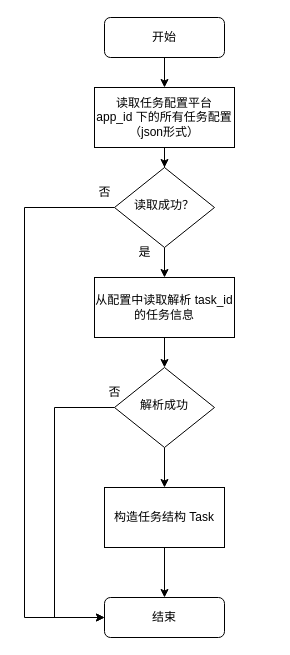
Above: drawio/tasksdk创建任务.drawio in Hui4401/file (draw.io), before the change. Source tidied: cells renumbered, new cells numbered last; positions are measured from the earlier drawing's top-left corner, leaving out a move shared by most shapes. Both pictures are drawn from the tidied source at 100%, with x=0, y=0 at pixel (24, 17).
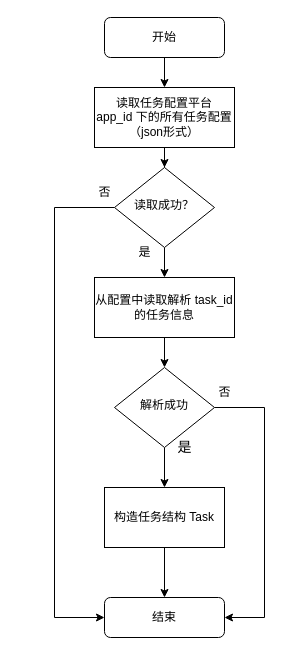
The same diagram, later.

Commit message (it also covers changes not shown here):
更新tasksdk创建任务.drawio

Unchanged cells that the change refers to:
```xml
<mxCell id="6" value="解析成功" style="rhombus;whiteSpace=wrap;html=1;shadow=0;fontFamily=Helvetica;fontSize=12;align=center;strokeWidth=1;spacing=6;spacingTop=-4;" parent="1" vertex="1">
  <mxGeometry x="90" y="350" width="100" height="80" as="geometry" />
</mxCell>
<mxCell id="7" value="结束" style="rounded=1;whiteSpace=wrap;html=1;fontSize=12;glass=0;strokeWidth=1;shadow=0;" parent="1" vertex="1">
  <mxGeometry x="80" y="580" width="120" height="40" as="geometry" />
</mxCell>
<mxCell id="14" value="读取成功？" style="rhombus;whiteSpace=wrap;html=1;shadow=0;fontFamily=Helvetica;fontSize=12;align=center;strokeWidth=1;spacing=6;spacingTop=-4;" parent="1" vertex="1">
  <mxGeometry x="90" y="150" width="100" height="80" as="geometry" />
</mxCell>
<mxCell id="19" value="构造任务结构 Task" style="rounded=0;whiteSpace=wrap;html=1;" parent="1" vertex="1">
  <mxGeometry x="80" y="470" width="120" height="60" as="geometry" />
</mxCell>
```

Diff of the diagram source:
```diff
@@
+    <mxCell id="5" style="edgeStyle=orthogonalEdgeStyle;rounded=0;jettySize=auto;html=1;" parent="1" edge="1" source="6" target="19">
+      <mxGeometry relative="1" as="geometry" />
+    </mxCell>
-    <mxCell id="4" style="edgeStyle=orthogonalEdgeStyle;rounded=0;jettySize=auto;html=1;entryX=0;entryY=0.5;entryDx=0;entryDy=0;exitX=0;exitY=0.5;exitDx=0;exitDy=0;" parent="1" edge="1" source="6" target="7">
+    <mxCell id="4" style="edgeStyle=orthogonalEdgeStyle;rounded=0;jettySize=auto;html=1;entryX=1;entryY=0.5;entryDx=0;entryDy=0;fontFamily=Helvetica;fontSize=14;exitX=1;exitY=0.5;exitDx=0;exitDy=0;" parent="1" edge="1" source="6" target="7">
       <mxGeometry relative="1" as="geometry">
         <Array as="points">
-          <mxPoint x="30" y="390" />
-          <mxPoint x="30" y="600" />
+          <mxPoint x="240" y="390" />
+          <mxPoint x="240" y="600" />
         </Array>
       </mxGeometry>
     </mxCell>
-    <mxCell id="5" style="edgeStyle=orthogonalEdgeStyle;rounded=0;jettySize=auto;html=1;" parent="1" edge="1" source="6" target="19">
-      <mxGeometry relative="1" as="geometry" />
-    </mxCell>
@@
     <mxCell id="12" style="edgeStyle=orthogonalEdgeStyle;rounded=0;jettySize=auto;html=1;entryX=0;entryY=0.5;entryDx=0;entryDy=0;" parent="1" edge="1" source="14" target="7">
       <mxGeometry relative="1" as="geometry">
         <Array as="points">
-          <mxPoint y="190" />
-          <mxPoint y="600" />
+          <mxPoint x="30" y="190" />
+          <mxPoint x="30" y="600" />
         </Array>
       </mxGeometry>
     </mxCell>
@@
     <mxCell id="16" value="否" style="text;html=1;align=center;verticalAlign=middle;strokeColor=none;fillColor=none;" parent="1" vertex="1">
-      <mxGeometry x="70" y="360" width="40" height="30" as="geometry" />
+      <mxGeometry x="180" y="360" width="40" height="30" as="geometry" />
     </mxCell>
@@
+    <mxCell id="20" value="是" style="text;html=1;align=center;verticalAlign=middle;strokeColor=none;fillColor=none;fontSize=14;fontFamily=Helvetica;" parent="1" vertex="1">
+      <mxGeometry x="140" y="415" width="40" height="30" as="geometry" />
+    </mxCell>
```
